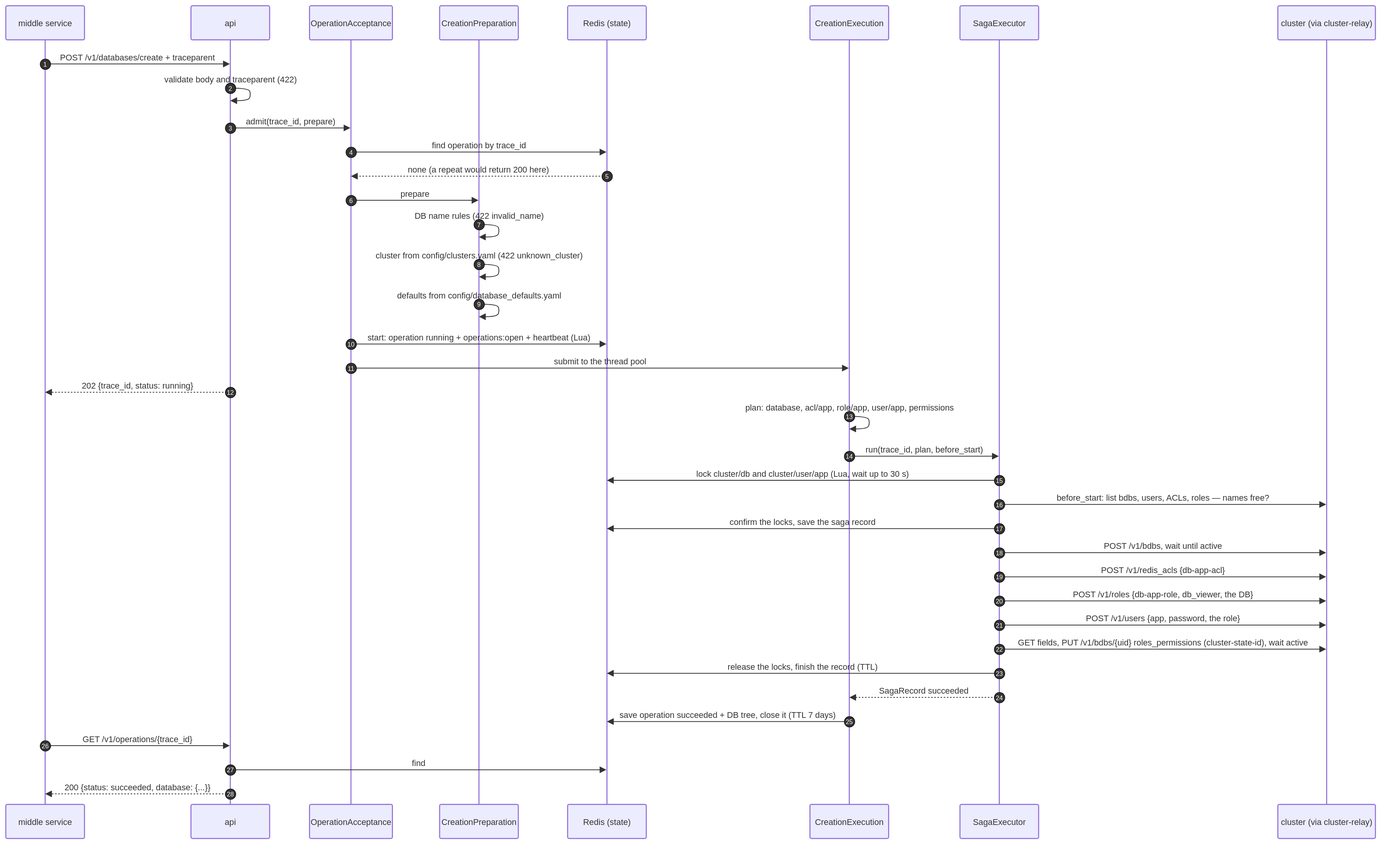
This is docs/diagrams/10-seq-create-single-site.drawio.svg from EliShteinman/redis-enterprise-services, a draw.io export, as it was before one commit. Source tidied: cells renumbered, new cells last; positions are measured from the earlier drawing's top-left corner, leaving out a move shared by most shapes.
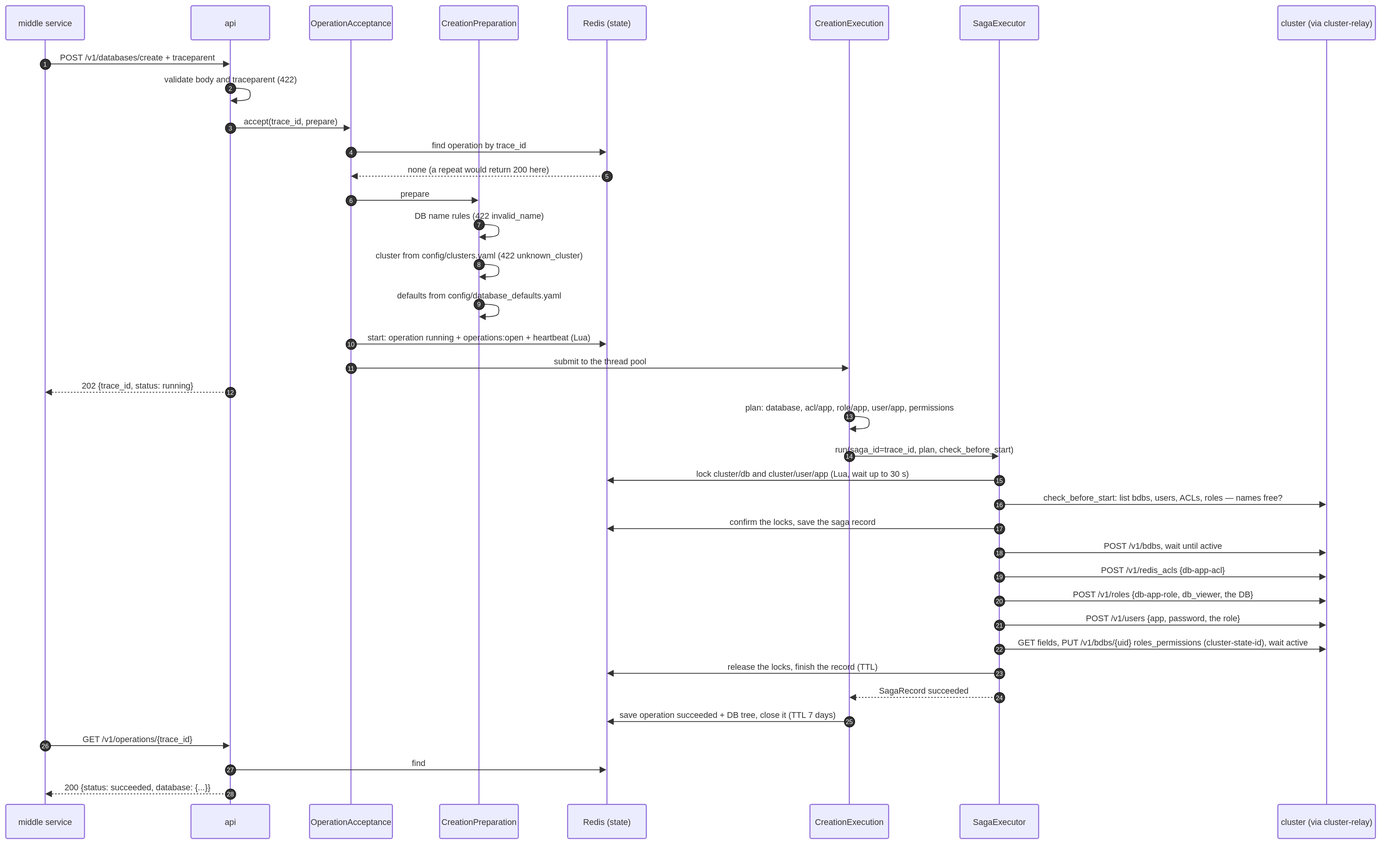
After the commit.

Change to the diagram source:
```diff
@@ -51,7 +51,7 @@
     <mxCell id="14" value="2" style="ellipse;fillColor=light-dark(#333333,#cccccc);align=center;verticalAlign=middle;fontColor=light-dark(#FFFFFF,#333333);fontSize=12;" parent="1" vertex="1">
       <mxGeometry x="418" y="147" width="20" height="20" as="geometry" />
     </mxCell>
-    <mxCell id="15" value="admit(trace_id, prepare)" style="endArrow=block;endSize=9;verticalAlign=bottom;spacingBottom=2;edgeStyle=sequenceEdgeStyle;libavoidRouting=0;curved=0;rounded=0;fontSize=16;labelBackgroundColor=none;strokeWidth=1.5;strokeColor=light-dark(#333333,#cccccc);fontColor=light-dark(#333333,#cccccc);fontFamily=Trebuchet MS,Verdana,Arial,sans-serif;" parent="1" edge="1" source="3" target="4">
+    <mxCell id="15" value="accept(trace_id, prepare)" style="endArrow=block;endSize=9;verticalAlign=bottom;spacingBottom=2;edgeStyle=sequenceEdgeStyle;libavoidRouting=0;curved=0;rounded=0;fontSize=16;labelBackgroundColor=none;strokeWidth=1.5;strokeColor=light-dark(#333333,#cccccc);fontColor=light-dark(#333333,#cccccc);fontFamily=Trebuchet MS,Verdana,Arial,sans-serif;" parent="1" edge="1" source="3" target="4">
       <mxGeometry relative="1" as="geometry">
         <Array as="points">
           <mxPoint x="543" y="233" />
@@ -181,7 +181,7 @@
     <mxCell id="40" value="13" style="ellipse;fillColor=light-dark(#333333,#cccccc);align=center;verticalAlign=middle;fontColor=light-dark(#FFFFFF,#333333);fontSize=12;" parent="1" vertex="1">
       <mxGeometry x="1598" y="773" width="20" height="20" as="geometry" />
     </mxCell>
-    <mxCell id="41" value="run(trace_id, plan, before_start)" style="endArrow=block;endSize=9;verticalAlign=bottom;spacingBottom=2;edgeStyle=sequenceEdgeStyle;libavoidRouting=0;curved=0;rounded=0;fontSize=16;labelBackgroundColor=none;strokeWidth=1.5;strokeColor=light-dark(#333333,#cccccc);fontColor=light-dark(#333333,#cccccc);fontFamily=Trebuchet MS,Verdana,Arial,sans-serif;" parent="1" edge="1" source="7" target="8">
+    <mxCell id="41" value="run(saga_id=trace_id, plan, check_before_start)" style="endArrow=block;endSize=9;verticalAlign=bottom;spacingBottom=2;edgeStyle=sequenceEdgeStyle;libavoidRouting=0;curved=0;rounded=0;fontSize=16;labelBackgroundColor=none;strokeWidth=1.5;strokeColor=light-dark(#333333,#cccccc);fontColor=light-dark(#333333,#cccccc);fontFamily=Trebuchet MS,Verdana,Arial,sans-serif;" parent="1" edge="1" source="7" target="8">
       <mxGeometry relative="1" as="geometry">
         <Array as="points">
           <mxPoint x="1751" y="859" />
@@ -201,7 +201,7 @@
     <mxCell id="44" value="15" style="ellipse;fillColor=light-dark(#333333,#cccccc);align=center;verticalAlign=middle;fontColor=light-dark(#FFFFFF,#333333);fontSize=12;" parent="1" vertex="1">
       <mxGeometry x="1884" y="895" width="20" height="20" as="geometry" />
     </mxCell>
-    <mxCell id="45" value="before_start: list bdbs, users, ACLs, roles — names free?" style="endArrow=block;endSize=9;verticalAlign=bottom;spacingBottom=2;edgeStyle=sequenceEdgeStyle;libavoidRouting=0;curved=0;rounded=0;fontSize=16;labelBackgroundColor=none;strokeWidth=1.5;strokeColor=light-dark(#333333,#cccccc);fontColor=light-dark(#333333,#cccccc);fontFamily=Trebuchet MS,Verdana,Arial,sans-serif;" parent="1" edge="1" source="8" target="9">
+    <mxCell id="45" value="check_before_start: list bdbs, users, ACLs, roles — names free?" style="endArrow=block;endSize=9;verticalAlign=bottom;spacingBottom=2;edgeStyle=sequenceEdgeStyle;libavoidRouting=0;curved=0;rounded=0;fontSize=16;labelBackgroundColor=none;strokeWidth=1.5;strokeColor=light-dark(#333333,#cccccc);fontColor=light-dark(#333333,#cccccc);fontFamily=Trebuchet MS,Verdana,Arial,sans-serif;" parent="1" edge="1" source="8" target="9">
       <mxGeometry relative="1" as="geometry">
         <Array as="points">
           <mxPoint x="2206" y="951" />
```
